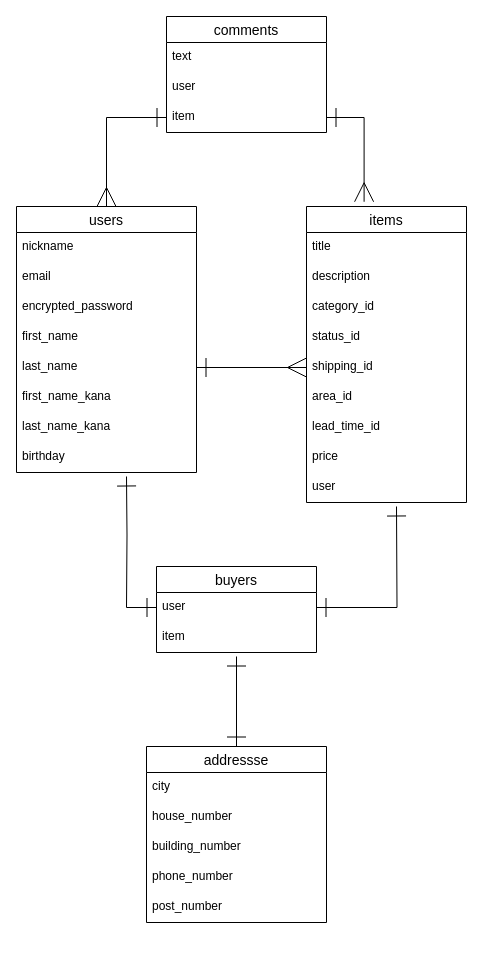
Above: furima_ER.dio in KUniyukiOoyama/furima-34314 (draw.io), before the change. Source tidied: cells renumbered, new cells numbered last; positions are measured from the earlier drawing's top-left corner, leaving out a move shared by most shapes. Both pictures are drawn from the tidied source at 100%, with x=0, y=0 at pixel (16, 16).
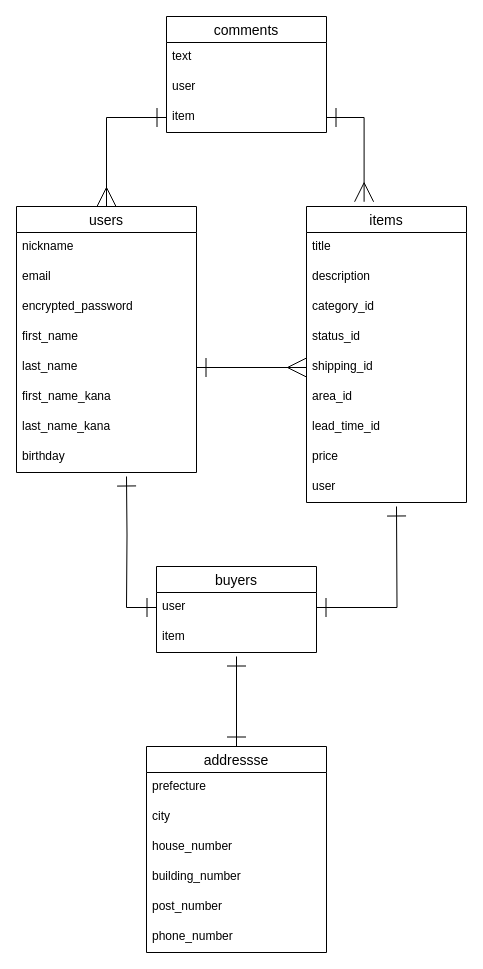
Above is the later version.

Commit message (it also covers changes not shown here):
データベース設計・ER図修正（4回目）

What changed in the source:
```diff
@@
     <mxCell id="25" value="addressse" style="swimlane;fontStyle=0;horizontal=1;startSize=26;align=center;fontSize=14;" parent="1" vertex="1">
-      <mxGeometry x="130" y="730" width="180" height="176" as="geometry" />
+      <mxGeometry x="130" y="730" width="180" height="206" as="geometry" />
     </mxCell>
-    <mxCell id="26" value="city" style="text;strokeColor=none;fillColor=none;spacingLeft=4;spacingRight=4;overflow=hidden;fontSize=12;" parent="25" vertex="1">
+    <mxCell id="26" value="prefecture" style="text;strokeColor=none;fillColor=none;spacingLeft=4;spacingRight=4;overflow=hidden;fontSize=12;" parent="25" vertex="1">
       <mxGeometry y="26" width="180" height="30" as="geometry" />
     </mxCell>
+    <mxCell id="40" value="city" style="text;strokeColor=none;fillColor=none;spacingLeft=4;spacingRight=4;overflow=hidden;fontSize=12;" parent="25" vertex="1">
+      <mxGeometry y="56" width="180" height="30" as="geometry" />
+    </mxCell>
     <mxCell id="27" value="house_number" style="text;strokeColor=none;fillColor=none;spacingLeft=4;spacingRight=4;overflow=hidden;fontSize=12;" parent="25" vertex="1">
-      <mxGeometry y="56" width="180" height="30" as="geometry" />
+      <mxGeometry y="86" width="180" height="30" as="geometry" />
     </mxCell>
     <mxCell id="28" value="building_number" style="text;strokeColor=none;fillColor=none;spacingLeft=4;spacingRight=4;overflow=hidden;fontSize=12;" parent="25" vertex="1">
-      <mxGeometry y="86" width="180" height="30" as="geometry" />
+      <mxGeometry y="116" width="180" height="30" as="geometry" />
     </mxCell>
+    <mxCell id="30" value="post_number" style="text;strokeColor=none;fillColor=none;spacingLeft=4;spacingRight=4;overflow=hidden;fontSize=12;" parent="25" vertex="1">
+      <mxGeometry y="146" width="180" height="30" as="geometry" />
+    </mxCell>
     <mxCell id="29" value="phone_number" style="text;strokeColor=none;fillColor=none;spacingLeft=4;spacingRight=4;overflow=hidden;fontSize=12;" parent="25" vertex="1">
-      <mxGeometry y="116" width="180" height="30" as="geometry" />
+      <mxGeometry y="176" width="180" height="30" as="geometry" />
     </mxCell>
-    <mxCell id="30" value="post_number" style="text;strokeColor=none;fillColor=none;spacingLeft=4;spacingRight=4;overflow=hidden;fontSize=12;" parent="25" vertex="1">
-      <mxGeometry y="146" width="180" height="30" as="geometry" />
-    </mxCell>
```
